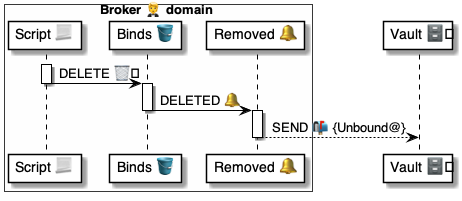
Above: 4 ⚙️ Solution/20 🧑‍🦰 UI/Brokers 🤵/🤵🪣 Broker tables/Binds 🔗 table/🪣🔔 on Removed/🤵 OnBindRemoved ⚙️ uml.png in pollyweb-org/pollyweb-docs (PlantUML), before the change. Its source is kept beside it as 4 ⚙️ Solution/20 🧑‍🦰 UI/Brokers 🤵/🤵🪣 Broker tables/Binds 🔗 table/🪣🔔 on Removed/🤵 OnBindRemoved ⚙️ uml.puml. Source of this version:
```plantuml
@startuml OnBindRemoved


box Broker 🤵 domain #FFFFFA
    participant "Script 📃" as script
    participant "Binds 🪣" as binds
    participant "Removed 🔔" as handler
end box

participant "Vault 🗄️" as vault

activate script
    script -> binds: DELETE 🗑️
deactivate script

activate binds
    binds -> handler: DELETED 🔔
deactivate binds

activate handler
    handler --> vault: SEND 📬 {Unbound@}
deactivate handler


@enduml
```
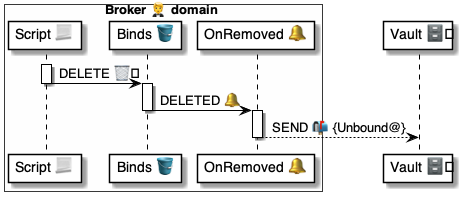
The same diagram one commit later.

The edit, as a diff of the source:
```diff
@@ -4,7 +4,7 @@
 box Broker 🤵 domain #FFFFFA
     participant "Script 📃" as script
     participant "Binds 🪣" as binds
-    participant "Removed 🔔" as handler
+    participant "OnRemoved 🔔" as handler
 end box
 
 participant "Vault 🗄️" as vault
```
